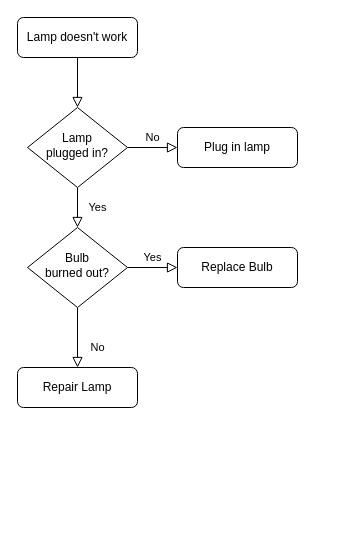
Earlier version of the draw.io diagram Untitled Diagram.drawio (mountain410/my-picture-host). Source tidied: cells renumbered, new cells numbered last; positions are measured from the earlier drawing's top-left corner, leaving out a move shared by most shapes. Both pictures are drawn from the tidied source at 100%, with x=0, y=0 at pixel (17, 17).
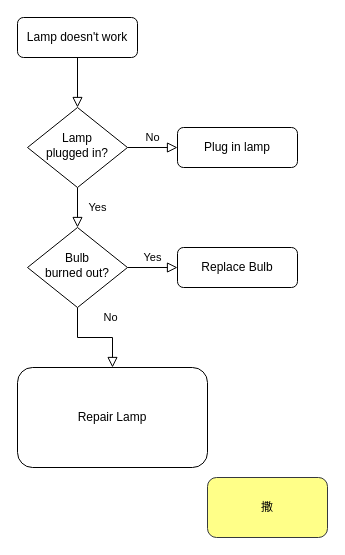
The same page after the edit.

The edit, as a diff of the source:
```diff
@@
 <mxGraphModel>
   <root>
     <mxCell id="0" />
     <mxCell id="1" parent="0" />
     <mxCell id="2" style="rounded=0;html=1;jettySize=auto;fontSize=11;endArrow=block;endFill=0;endSize=8;strokeWidth=1;shadow=0;labelBackgroundColor=none;edgeStyle=orthogonalEdgeStyle;" parent="1" edge="1" source="3" target="6">
       <mxGeometry relative="1" as="geometry" />
     </mxCell>
     <mxCell id="3" value="Lamp doesn't work" style="rounded=1;whiteSpace=wrap;html=1;fontSize=12;glass=0;strokeWidth=1;shadow=0;" parent="1" vertex="1">
       <mxGeometry width="120" height="40" as="geometry" />
     </mxCell>
     <mxCell id="4" value="Yes" style="rounded=0;html=1;jettySize=auto;fontSize=11;endArrow=block;endFill=0;endSize=8;strokeWidth=1;shadow=0;labelBackgroundColor=none;edgeStyle=orthogonalEdgeStyle;" parent="1" edge="1" source="6" target="10">
       <mxGeometry y="20" relative="1" as="geometry" />
     </mxCell>
     <mxCell id="5" value="No" style="edgeStyle=orthogonalEdgeStyle;rounded=0;html=1;jettySize=auto;fontSize=11;endArrow=block;endFill=0;endSize=8;strokeWidth=1;shadow=0;labelBackgroundColor=none;" parent="1" edge="1" source="6" target="7">
       <mxGeometry y="10" relative="1" as="geometry" />
     </mxCell>
     <mxCell id="6" value="Lamp&lt;br&gt;plugged in?" style="rhombus;whiteSpace=wrap;html=1;shadow=0;fontFamily=Helvetica;fontSize=12;align=center;strokeWidth=1;spacing=6;spacingTop=-4;" parent="1" vertex="1">
       <mxGeometry x="10" y="90" width="100" height="80" as="geometry" />
     </mxCell>
     <mxCell id="7" value="Plug in lamp" style="rounded=1;whiteSpace=wrap;html=1;fontSize=12;glass=0;strokeWidth=1;shadow=0;" parent="1" vertex="1">
       <mxGeometry x="160" y="110" width="120" height="40" as="geometry" />
     </mxCell>
     <mxCell id="8" value="No" style="rounded=0;html=1;jettySize=auto;fontSize=11;endArrow=block;endFill=0;endSize=8;strokeWidth=1;shadow=0;labelBackgroundColor=none;edgeStyle=orthogonalEdgeStyle;" parent="1" edge="1" source="10" target="11">
       <mxGeometry x="0.33" y="20" relative="1" as="geometry" />
     </mxCell>
     <mxCell id="9" value="Yes" style="edgeStyle=orthogonalEdgeStyle;rounded=0;html=1;jettySize=auto;fontSize=11;endArrow=block;endFill=0;endSize=8;strokeWidth=1;shadow=0;labelBackgroundColor=none;" parent="1" edge="1" source="10" target="12">
       <mxGeometry y="10" relative="1" as="geometry" />
     </mxCell>
     <mxCell id="10" value="Bulb&lt;br&gt;burned out?" style="rhombus;whiteSpace=wrap;html=1;shadow=0;fontFamily=Helvetica;fontSize=12;align=center;strokeWidth=1;spacing=6;spacingTop=-4;" parent="1" vertex="1">
       <mxGeometry x="10" y="210" width="100" height="80" as="geometry" />
     </mxCell>
     <mxCell id="11" value="Repair Lamp" style="rounded=1;whiteSpace=wrap;html=1;fontSize=12;glass=0;strokeWidth=1;shadow=0;" parent="1" vertex="1">
-      <mxGeometry y="350" width="120" height="40" as="geometry" />
+      <mxGeometry y="350" width="190" height="100" as="geometry" />
     </mxCell>
     <mxCell id="12" value="Replace Bulb" style="rounded=1;whiteSpace=wrap;html=1;fontSize=12;glass=0;strokeWidth=1;shadow=0;" parent="1" vertex="1">
       <mxGeometry x="160" y="230" width="120" height="40" as="geometry" />
     </mxCell>
+    <mxCell id="13" value="撒" style="rounded=1;whiteSpace=wrap;html=1;fillColor=#ffff88;strokeColor=#36393d;" parent="1" vertex="1">
+      <mxGeometry x="190" y="460" width="120" height="60" as="geometry" />
+    </mxCell>
   </root>
 </mxGraphModel>
```
